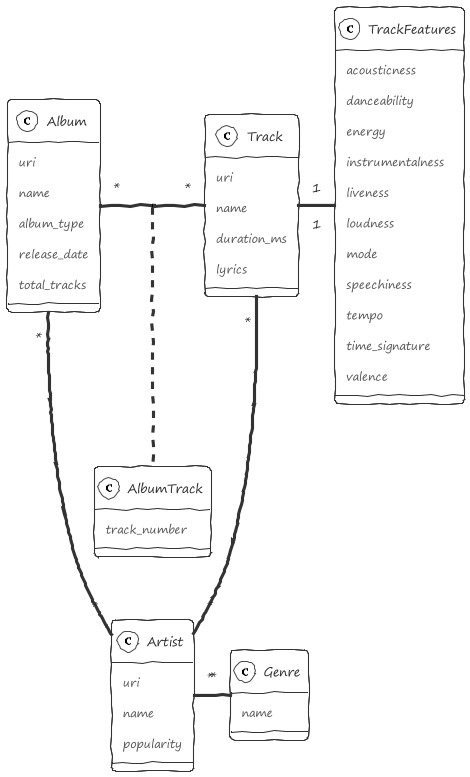
Earlier version of the PlantUML export out/database/database.png (Educorreia932/FEUP-PRI).
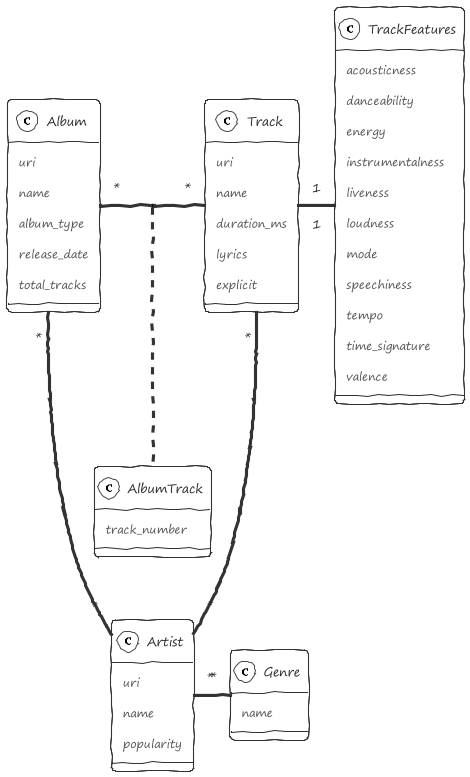
The same diagram one commit later.

Diff of the diagram source:
```diff
@@ -27,6 +27,7 @@
 Track : name
 Track : duration_ms
 Track : lyrics
+Track : explicit
 
 TrackFeatures : acousticness
 TrackFeatures : danceability
```
